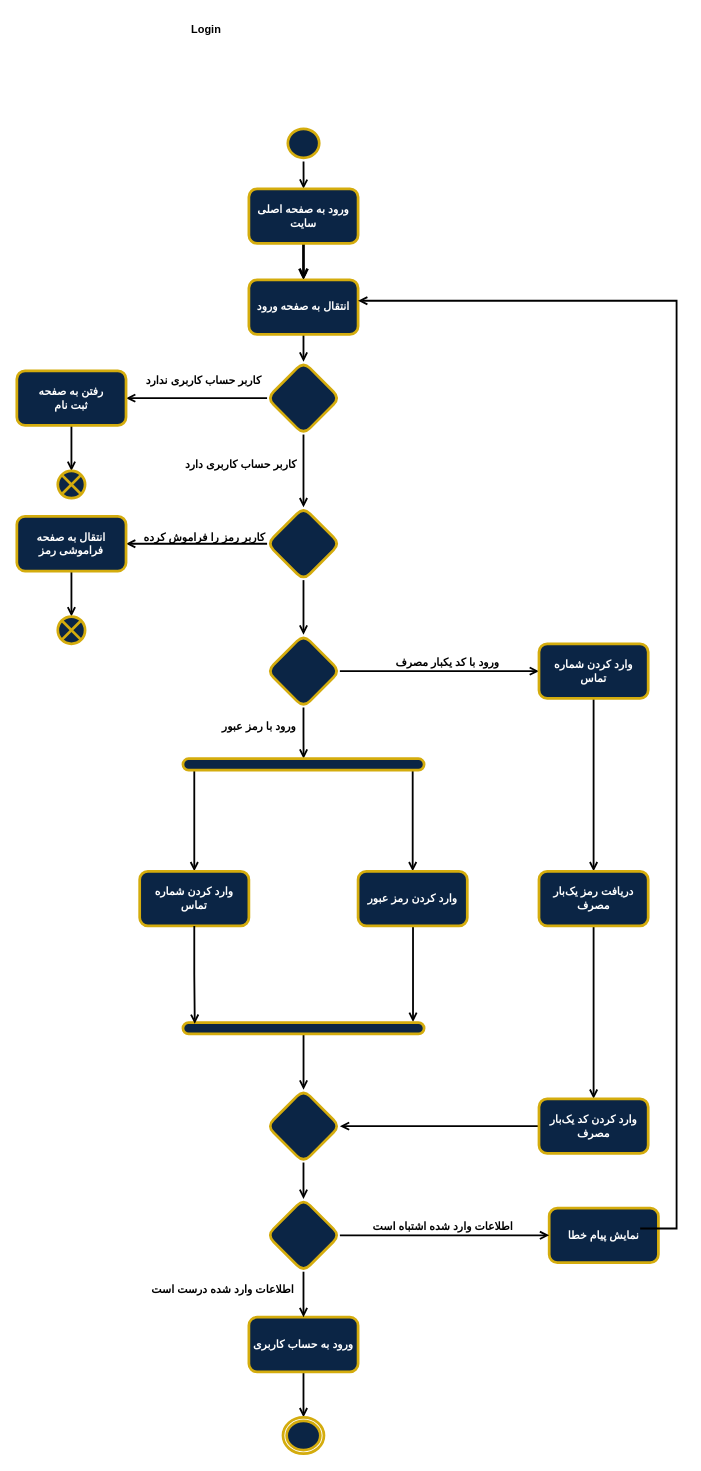
The draw.io diagram Documentation/Analysis/Modeling/Functional Models/Login Activity Diagram/login activity diagram.drawio in TnT74K/Project-SAD, before the edit. Source tidied: cells renumbered, new cells numbered last; positions are measured from the earlier drawing's top-left corner, leaving out a move shared by most shapes. Both pictures are drawn from the tidied source at 91%, with x=0, y=0 at pixel (16, 15).
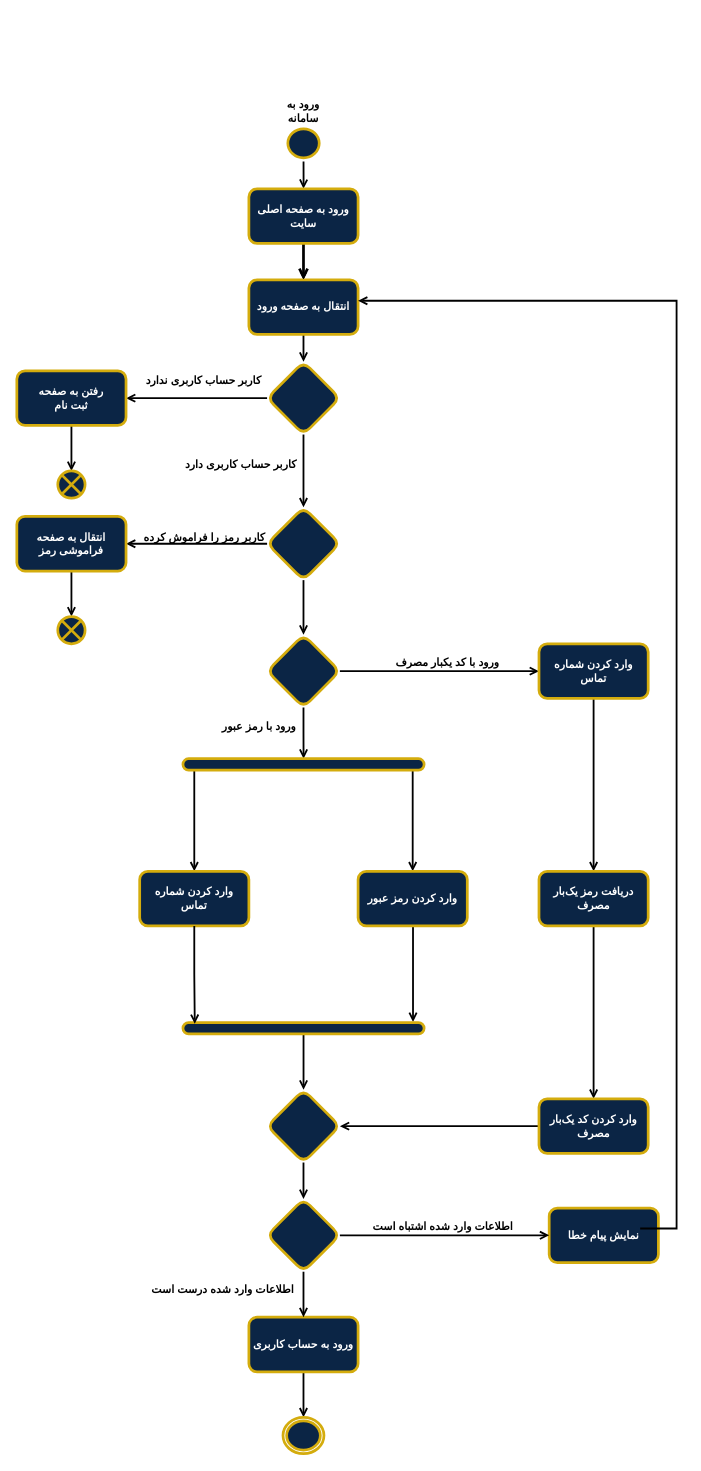
Above is the later version.

The edit, as a diff of the source:
```diff
@@
-    <mxCell id="4" value="Login&amp;nbsp;" style="text;html=1;whiteSpace=wrap;strokeColor=none;fillColor=none;align=center;verticalAlign=middle;rounded=0;fontFamily=zain;fontSize=12;fontColor=light-dark(#000000,#FFFFFF);fontStyle=1;labelBackgroundColor=none;" parent="1" vertex="1">
-      <mxGeometry x="180" width="60" height="30" as="geometry" />
+    <mxCell id="4" value="ورود به سامانه" style="text;html=1;whiteSpace=wrap;strokeColor=none;fillColor=none;align=center;verticalAlign=middle;rounded=0;fontFamily=zain;fontSize=12;fontColor=light-dark(#000000,#FFFFFF);fontStyle=1;labelBackgroundColor=none;" parent="1" vertex="1">
+      <mxGeometry x="285" y="90" width="60" height="30" as="geometry" />
     </mxCell>
```
